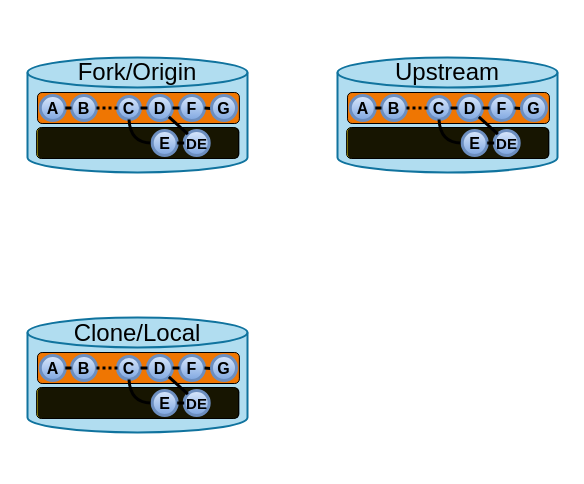
HFOSSedu/GitKit-Codespace keeps this draw.io diagram as materials/images/BaseDiagram.drawio. Above is the earlier version. Source tidied: cells renumbered, new cells numbered last; positions are measured from the earlier drawing's top-left corner, leaving out a move shared by most shapes. Both pictures are drawn from the tidied source at 100%, with x=0, y=0 at pixel (17, 17).
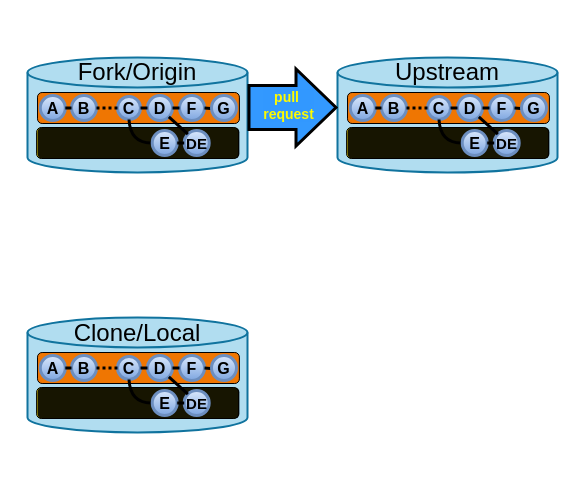
After the change.

The edit, as a diff of the source:
```diff
@@
-    <mxCell id="30" style="group;" parent="1" vertex="1">
+    <mxCell id="30" style="group;fontSize=7;" parent="1" vertex="1">
       <mxGeometry x="320" y="40" width="220" height="115" as="geometry" />
     </mxCell>
@@
+    <mxCell id="79" value="&lt;div&gt;pull&amp;nbsp;&lt;/div&gt;&lt;div&gt;request&lt;/div&gt;" style="shape=flexArrow;endArrow=classic;html=1;rounded=0;fillColor=#3399FF;width=42;endSize=12.33;endWidth=30;fontSize=14;labelBackgroundColor=light-dark(#3298ff, #ededed);fontColor=light-dark(#fefb00, #ededed);fontStyle=1;labelBorderColor=none;strokeWidth=3;exitX=1;exitY=0.5;exitDx=0;exitDy=0;exitPerimeter=0;" parent="30" edge="1">
+      <mxGeometry x="-0.1" y="3" relative="1" as="geometry">
+        <mxPoint x="-90" y="50" as="sourcePoint" />
+        <mxPoint y="50" as="targetPoint" />
+        <mxPoint y="1" as="offset" />
+      </mxGeometry>
+    </mxCell>
```
